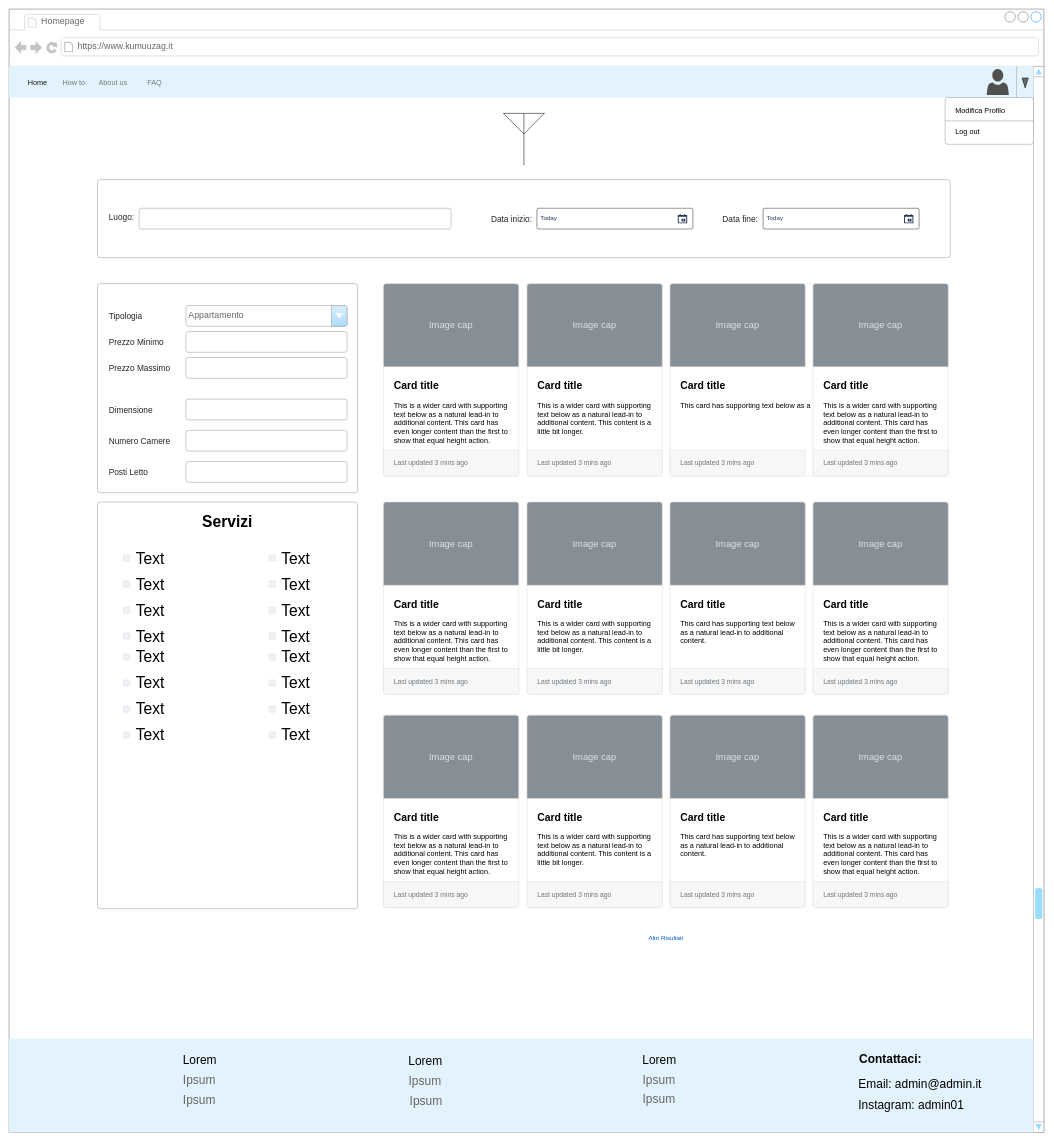
This is page "Locatario" (5 of 6) of diagrams/mockup.drawio from begbaj/tecweb, a draw.io file, before an edit. Source tidied: cells renumbered, new cells numbered last; positions are measured from the earlier drawing's top-left corner, leaving out a move shared by most shapes. Both pictures are drawn from the tidied source at 52%, with x=0, y=0 at pixel (9, 9).
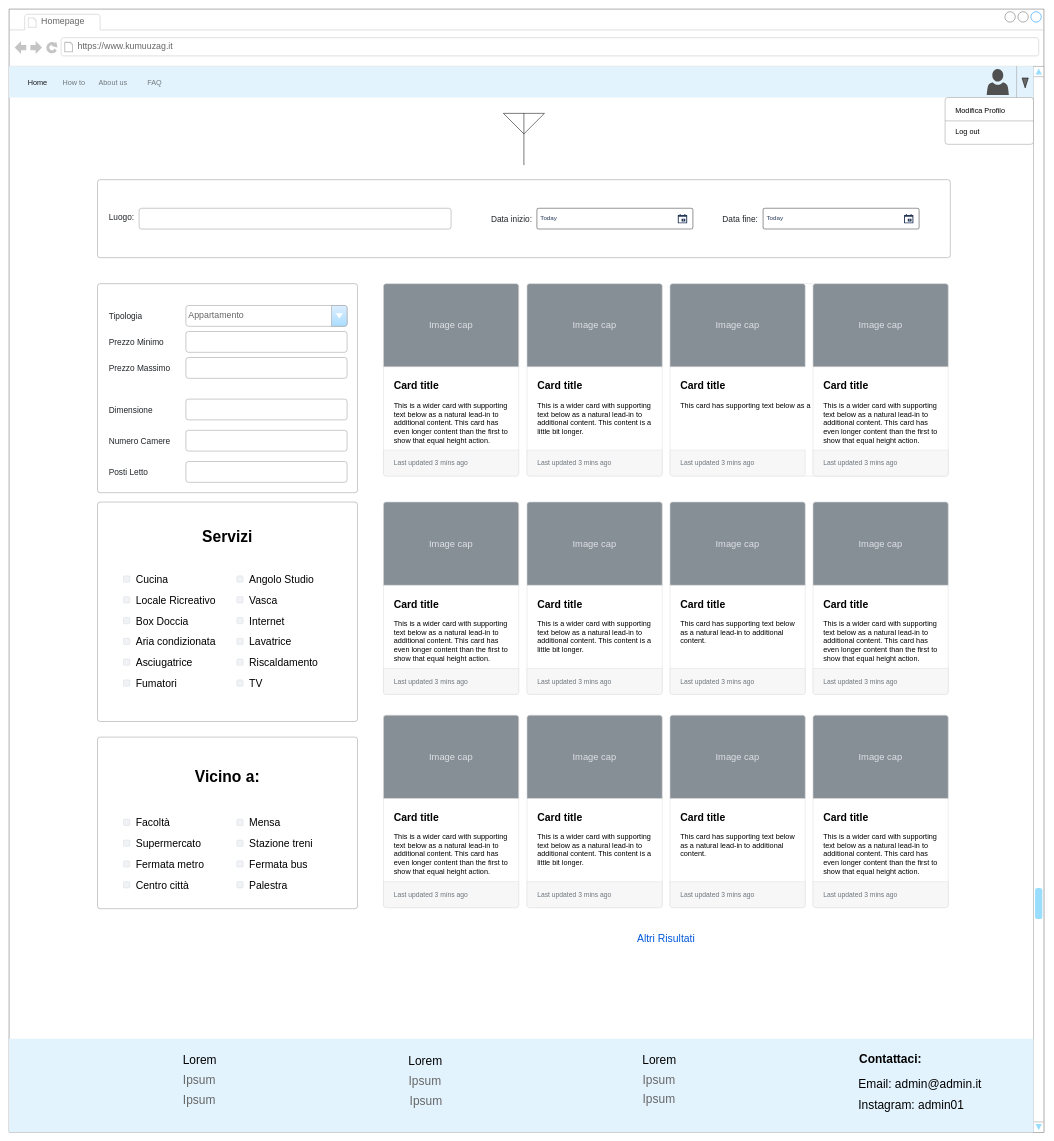
The same page after the edit.

The change refers to these unchanged cells:
```xml
<mxCell id="2" style="strokeWidth=1;shadow=0;dashed=0;align=center;html=1;shape=mxgraph.mockup.containers.browserWindow;rSize=0;strokeColor=#666666;strokeColor2=#008cff;strokeColor3=#c4c4c4;mainText=,;fontSize=19;fontStyle=1;" parent="1" vertex="1">
  <mxGeometry width="1990" height="2160" as="geometry" />
</mxCell>
```

What changed in the source:
```diff
@@
-    <mxCell id="42" value="Altri Risultati" style="fillColor=none;strokeColor=none;html=1;fontColor=#0057D8;align=center;verticalAlign=middle;fontStyle=0;fontSize=12;" parent="2" vertex="1">
-      <mxGeometry x="1220" y="1770" width="86" height="33" as="geometry" />
-    </mxCell>
@@
     <mxCell id="90" style="html=1;shadow=0;dashed=0;shape=mxgraph.bootstrap.rrect;rSize=5;strokeColor=#999999;strokeWidth=1;fillColor=#FFFFFF;fontColor=#6C767D;whiteSpace=wrap;align=left;verticalAlign=middle;spacingLeft=10;fontSize=23;spacing=10;" parent="2" vertex="1">
-      <mxGeometry x="170" y="948" width="500" height="782" as="geometry" />
+      <mxGeometry x="170" y="948" width="500" height="422" as="geometry" />
     </mxCell>
     <mxCell id="91" value="&lt;b&gt;&lt;font style=&quot;font-size: 30px&quot;&gt;Servizi&lt;/font&gt;&lt;/b&gt;" style="text;html=1;strokeColor=none;fillColor=none;align=center;verticalAlign=middle;whiteSpace=wrap;rounded=0;" parent="2" vertex="1">
-      <mxGeometry x="390" y="970" width="60" height="30" as="geometry" />
+      <mxGeometry x="390" y="1000" width="60" height="30" as="geometry" />
     </mxCell>
-    <mxCell id="92" value="&lt;font style=&quot;font-size: 30px&quot;&gt;Text&lt;/font&gt;" style="rounded=1;fillColor=#F0F2F5;strokeColor=#D8DCE3;align=left;verticalAlign=middle;fontStyle=0;fontSize=12;labelPosition=right;verticalLabelPosition=middle;spacingLeft=10;html=1;shadow=0;dashed=0;" parent="2" vertex="1">
-      <mxGeometry x="220" y="1050" width="12" height="12" as="geometry" />
+    <mxCell id="92" value="&lt;span style=&quot;font-size: 20px;&quot;&gt;Cucina&lt;/span&gt;" style="rounded=1;fillColor=#F0F2F5;strokeColor=#D8DCE3;align=left;verticalAlign=middle;fontStyle=0;fontSize=20;labelPosition=right;verticalLabelPosition=middle;spacingLeft=10;html=1;shadow=0;dashed=0;" parent="2" vertex="1">
+      <mxGeometry x="220" y="1090" width="12" height="12" as="geometry" />
     </mxCell>
@@
-    <mxCell id="94" value="&lt;font style=&quot;font-size: 30px&quot;&gt;Text&lt;/font&gt;" style="rounded=1;fillColor=#F0F2F5;strokeColor=#D8DCE3;align=left;verticalAlign=middle;fontStyle=0;fontSize=12;labelPosition=right;verticalLabelPosition=middle;spacingLeft=10;html=1;shadow=0;dashed=0;" parent="2" vertex="1">
-      <mxGeometry x="220" y="1100" width="12" height="12" as="geometry" />
+    <mxCell id="94" value="&lt;span style=&quot;font-size: 20px;&quot;&gt;Angolo Studio&lt;/span&gt;" style="rounded=1;fillColor=#F0F2F5;strokeColor=#D8DCE3;align=left;verticalAlign=middle;fontStyle=0;fontSize=20;labelPosition=right;verticalLabelPosition=middle;spacingLeft=10;html=1;shadow=0;dashed=0;" parent="2" vertex="1">
+      <mxGeometry x="438" y="1090" width="12" height="12" as="geometry" />
     </mxCell>
-    <mxCell id="95" value="&lt;font style=&quot;font-size: 30px&quot;&gt;Text&lt;/font&gt;" style="rounded=1;fillColor=#F0F2F5;strokeColor=#D8DCE3;align=left;verticalAlign=middle;fontStyle=0;fontSize=12;labelPosition=right;verticalLabelPosition=middle;spacingLeft=10;html=1;shadow=0;dashed=0;" parent="2" vertex="1">
-      <mxGeometry x="220" y="1150" width="12" height="12" as="geometry" />
+    <mxCell id="95" value="&lt;font style=&quot;font-size: 20px;&quot;&gt;Locale Ricreativo&lt;/font&gt;" style="rounded=1;fillColor=#F0F2F5;strokeColor=#D8DCE3;align=left;verticalAlign=middle;fontStyle=0;fontSize=20;labelPosition=right;verticalLabelPosition=middle;spacingLeft=10;html=1;shadow=0;dashed=0;" parent="2" vertex="1">
+      <mxGeometry x="220" y="1130" width="12" height="12" as="geometry" />
     </mxCell>
-    <mxCell id="96" value="&lt;font style=&quot;font-size: 30px&quot;&gt;Text&lt;/font&gt;" style="rounded=1;fillColor=#F0F2F5;strokeColor=#D8DCE3;align=left;verticalAlign=middle;fontStyle=0;fontSize=12;labelPosition=right;verticalLabelPosition=middle;spacingLeft=10;html=1;shadow=0;dashed=0;" parent="2" vertex="1">
-      <mxGeometry x="220" y="1200" width="12" height="12" as="geometry" />
+    <mxCell id="96" value="&lt;font style=&quot;font-size: 20px;&quot;&gt;Vasca&lt;/font&gt;" style="rounded=1;fillColor=#F0F2F5;strokeColor=#D8DCE3;align=left;verticalAlign=middle;fontStyle=0;fontSize=20;labelPosition=right;verticalLabelPosition=middle;spacingLeft=10;html=1;shadow=0;dashed=0;" parent="2" vertex="1">
+      <mxGeometry x="438" y="1130" width="12" height="12" as="geometry" />
     </mxCell>
-    <mxCell id="97" value="&lt;font style=&quot;font-size: 30px&quot;&gt;Text&lt;/font&gt;" style="rounded=1;fillColor=#F0F2F5;strokeColor=#D8DCE3;align=left;verticalAlign=middle;fontStyle=0;fontSize=12;labelPosition=right;verticalLabelPosition=middle;spacingLeft=10;html=1;shadow=0;dashed=0;" parent="2" vertex="1">
-      <mxGeometry x="220" y="1390" width="12" height="12" as="geometry" />
+    <mxCell id="97" value="&lt;font style=&quot;font-size: 20px;&quot;&gt;Lavatrice&lt;/font&gt;" style="rounded=1;fillColor=#F0F2F5;strokeColor=#D8DCE3;align=left;verticalAlign=middle;fontStyle=0;fontSize=20;labelPosition=right;verticalLabelPosition=middle;spacingLeft=10;html=1;shadow=0;dashed=0;" parent="2" vertex="1">
+      <mxGeometry x="438" y="1210" width="12" height="12" as="geometry" />
     </mxCell>
-    <mxCell id="98" value="&lt;font style=&quot;font-size: 30px&quot;&gt;Text&lt;/font&gt;" style="rounded=1;fillColor=#F0F2F5;strokeColor=#D8DCE3;align=left;verticalAlign=middle;fontStyle=0;fontSize=12;labelPosition=right;verticalLabelPosition=middle;spacingLeft=10;html=1;shadow=0;dashed=0;" parent="2" vertex="1">
-      <mxGeometry x="220" y="1340" width="12" height="12" as="geometry" />
+    <mxCell id="98" value="&lt;span style=&quot;font-size: 20px;&quot;&gt;Aria condizionata&lt;/span&gt;" style="rounded=1;fillColor=#F0F2F5;strokeColor=#D8DCE3;align=left;verticalAlign=middle;fontStyle=0;fontSize=20;labelPosition=right;verticalLabelPosition=middle;spacingLeft=10;html=1;shadow=0;dashed=0;" parent="2" vertex="1">
+      <mxGeometry x="220" y="1210" width="12" height="12" as="geometry" />
     </mxCell>
-    <mxCell id="99" value="&lt;font style=&quot;font-size: 30px&quot;&gt;Text&lt;/font&gt;" style="rounded=1;fillColor=#F0F2F5;strokeColor=#D8DCE3;align=left;verticalAlign=middle;fontStyle=0;fontSize=12;labelPosition=right;verticalLabelPosition=middle;spacingLeft=10;html=1;shadow=0;dashed=0;" parent="2" vertex="1">
-      <mxGeometry x="220" y="1290" width="12" height="12" as="geometry" />
+    <mxCell id="99" value="&lt;span style=&quot;font-size: 20px;&quot;&gt;Internet&lt;/span&gt;" style="rounded=1;fillColor=#F0F2F5;strokeColor=#D8DCE3;align=left;verticalAlign=middle;fontStyle=0;fontSize=20;labelPosition=right;verticalLabelPosition=middle;spacingLeft=10;html=1;shadow=0;dashed=0;" parent="2" vertex="1">
+      <mxGeometry x="438" y="1170" width="12" height="12" as="geometry" />
     </mxCell>
-    <mxCell id="100" value="&lt;font style=&quot;font-size: 30px&quot;&gt;Text&lt;/font&gt;" style="rounded=1;fillColor=#F0F2F5;strokeColor=#D8DCE3;align=left;verticalAlign=middle;fontStyle=0;fontSize=12;labelPosition=right;verticalLabelPosition=middle;spacingLeft=10;html=1;shadow=0;dashed=0;" parent="2" vertex="1">
-      <mxGeometry x="220" y="1240" width="12" height="12" as="geometry" />
+    <mxCell id="100" value="&lt;font style=&quot;font-size: 20px;&quot;&gt;Box Doccia&lt;/font&gt;" style="rounded=1;fillColor=#F0F2F5;strokeColor=#D8DCE3;align=left;verticalAlign=middle;fontStyle=0;fontSize=20;labelPosition=right;verticalLabelPosition=middle;spacingLeft=10;html=1;shadow=0;dashed=0;" parent="2" vertex="1">
+      <mxGeometry x="220" y="1170" width="12" height="12" as="geometry" />
     </mxCell>
-    <mxCell id="101" value="&lt;font style=&quot;font-size: 30px&quot;&gt;Text&lt;/font&gt;" style="rounded=1;fillColor=#F0F2F5;strokeColor=#D8DCE3;align=left;verticalAlign=middle;fontStyle=0;fontSize=12;labelPosition=right;verticalLabelPosition=middle;spacingLeft=10;html=1;shadow=0;dashed=0;" parent="2" vertex="1">
-      <mxGeometry x="500" y="1050" width="12" height="12" as="geometry" />
+    <mxCell id="101" value="&lt;font style=&quot;font-size: 20px;&quot;&gt;Asciugatrice&lt;/font&gt;" style="rounded=1;fillColor=#F0F2F5;strokeColor=#D8DCE3;align=left;verticalAlign=middle;fontStyle=0;fontSize=20;labelPosition=right;verticalLabelPosition=middle;spacingLeft=10;html=1;shadow=0;dashed=0;" parent="2" vertex="1">
+      <mxGeometry x="220" y="1250" width="12" height="12" as="geometry" />
     </mxCell>
-    <mxCell id="102" value="&lt;font style=&quot;font-size: 30px&quot;&gt;Text&lt;/font&gt;" style="rounded=1;fillColor=#F0F2F5;strokeColor=#D8DCE3;align=left;verticalAlign=middle;fontStyle=0;fontSize=12;labelPosition=right;verticalLabelPosition=middle;spacingLeft=10;html=1;shadow=0;dashed=0;" parent="2" vertex="1">
-      <mxGeometry x="500" y="1100" width="12" height="12" as="geometry" />
+    <mxCell id="102" value="&lt;font style=&quot;font-size: 20px;&quot;&gt;Riscaldamento&lt;/font&gt;" style="rounded=1;fillColor=#F0F2F5;strokeColor=#D8DCE3;align=left;verticalAlign=middle;fontStyle=0;fontSize=20;labelPosition=right;verticalLabelPosition=middle;spacingLeft=10;html=1;shadow=0;dashed=0;" parent="2" vertex="1">
+      <mxGeometry x="438" y="1250" width="12" height="12" as="geometry" />
     </mxCell>
-    <mxCell id="103" value="&lt;font style=&quot;font-size: 30px&quot;&gt;Text&lt;/font&gt;" style="rounded=1;fillColor=#F0F2F5;strokeColor=#D8DCE3;align=left;verticalAlign=middle;fontStyle=0;fontSize=12;labelPosition=right;verticalLabelPosition=middle;spacingLeft=10;html=1;shadow=0;dashed=0;" parent="2" vertex="1">
-      <mxGeometry x="500" y="1150" width="12" height="12" as="geometry" />
+    <mxCell id="103" value="&lt;font style=&quot;font-size: 20px;&quot;&gt;Fumatori&lt;/font&gt;" style="rounded=1;fillColor=#F0F2F5;strokeColor=#D8DCE3;align=left;verticalAlign=middle;fontStyle=0;fontSize=20;labelPosition=right;verticalLabelPosition=middle;spacingLeft=10;html=1;shadow=0;dashed=0;" parent="2" vertex="1">
+      <mxGeometry x="220" y="1290" width="12" height="12" as="geometry" />
     </mxCell>
-    <mxCell id="104" value="&lt;font style=&quot;font-size: 30px&quot;&gt;Text&lt;/font&gt;" style="rounded=1;fillColor=#F0F2F5;strokeColor=#D8DCE3;align=left;verticalAlign=middle;fontStyle=0;fontSize=12;labelPosition=right;verticalLabelPosition=middle;spacingLeft=10;html=1;shadow=0;dashed=0;" parent="2" vertex="1">
-      <mxGeometry x="500" y="1200" width="12" height="12" as="geometry" />
-    </mxCell>
-    <mxCell id="105" value="&lt;font style=&quot;font-size: 30px&quot;&gt;Text&lt;/font&gt;" style="rounded=1;fillColor=#F0F2F5;strokeColor=#D8DCE3;align=left;verticalAlign=middle;fontStyle=0;fontSize=12;labelPosition=right;verticalLabelPosition=middle;spacingLeft=10;html=1;shadow=0;dashed=0;" parent="2" vertex="1">
-      <mxGeometry x="500" y="1390" width="12" height="12" as="geometry" />
-    </mxCell>
-    <mxCell id="106" value="&lt;font style=&quot;font-size: 30px&quot;&gt;Text&lt;/font&gt;" style="rounded=1;fillColor=#F0F2F5;strokeColor=#D8DCE3;align=left;verticalAlign=middle;fontStyle=0;fontSize=12;labelPosition=right;verticalLabelPosition=middle;spacingLeft=10;html=1;shadow=0;dashed=0;" parent="2" vertex="1">
-      <mxGeometry x="500" y="1340" width="12" height="12" as="geometry" />
-    </mxCell>
-    <mxCell id="107" value="&lt;font style=&quot;font-size: 30px&quot;&gt;Text&lt;/font&gt;" style="rounded=1;fillColor=#F0F2F5;strokeColor=#D8DCE3;align=left;verticalAlign=middle;fontStyle=0;fontSize=12;labelPosition=right;verticalLabelPosition=middle;spacingLeft=10;html=1;shadow=0;dashed=0;" parent="2" vertex="1">
-      <mxGeometry x="500" y="1290" width="12" height="12" as="geometry" />
-    </mxCell>
-    <mxCell id="108" value="&lt;font style=&quot;font-size: 30px&quot;&gt;Text&lt;/font&gt;" style="rounded=1;fillColor=#F0F2F5;strokeColor=#D8DCE3;align=left;verticalAlign=middle;fontStyle=0;fontSize=12;labelPosition=right;verticalLabelPosition=middle;spacingLeft=10;html=1;shadow=0;dashed=0;" parent="2" vertex="1">
-      <mxGeometry x="500" y="1240" width="12" height="12" as="geometry" />
+    <mxCell id="108" value="&lt;span style=&quot;font-size: 20px;&quot;&gt;TV&lt;/span&gt;" style="rounded=1;fillColor=#F0F2F5;strokeColor=#D8DCE3;align=left;verticalAlign=middle;fontStyle=0;fontSize=20;labelPosition=right;verticalLabelPosition=middle;spacingLeft=10;html=1;shadow=0;dashed=0;" parent="2" vertex="1">
+      <mxGeometry x="438" y="1290" width="12" height="12" as="geometry" />
     </mxCell>
+    <mxCell id="42" value="Altri Risultati" style="fillColor=none;strokeColor=none;html=1;fontColor=#0057D8;align=center;verticalAlign=middle;fontStyle=0;fontSize=20;" parent="2" vertex="1">
+      <mxGeometry x="1220" y="1770" width="86" height="33" as="geometry" />
+    </mxCell>
+    <mxCell id="109" style="html=1;shadow=0;dashed=0;shape=mxgraph.bootstrap.rrect;rSize=5;strokeColor=#999999;strokeWidth=1;fillColor=#FFFFFF;fontColor=#6C767D;whiteSpace=wrap;align=left;verticalAlign=middle;spacingLeft=10;fontSize=23;spacing=10;" parent="2" vertex="1">
+      <mxGeometry x="170" y="1400" width="500" height="330" as="geometry" />
+    </mxCell>
+    <mxCell id="110" value="&lt;b&gt;&lt;font style=&quot;font-size: 30px&quot;&gt;Vicino a:&lt;/font&gt;&lt;/b&gt;" style="text;html=1;strokeColor=none;fillColor=none;align=center;verticalAlign=middle;whiteSpace=wrap;rounded=0;" parent="2" vertex="1">
+      <mxGeometry x="345" y="1460" width="150" height="30" as="geometry" />
+    </mxCell>
+    <mxCell id="111" value="Facoltà" style="rounded=1;fillColor=#F0F2F5;strokeColor=#D8DCE3;align=left;verticalAlign=middle;fontStyle=0;fontSize=20;labelPosition=right;verticalLabelPosition=middle;spacingLeft=10;html=1;shadow=0;dashed=0;" parent="2" vertex="1">
+      <mxGeometry x="220" y="1558" width="12" height="12" as="geometry" />
+    </mxCell>
+    <mxCell id="112" value="&lt;span style=&quot;font-size: 20px&quot;&gt;Mensa&lt;/span&gt;" style="rounded=1;fillColor=#F0F2F5;strokeColor=#D8DCE3;align=left;verticalAlign=middle;fontStyle=0;fontSize=20;labelPosition=right;verticalLabelPosition=middle;spacingLeft=10;html=1;shadow=0;dashed=0;" parent="2" vertex="1">
+      <mxGeometry x="438" y="1558" width="12" height="12" as="geometry" />
+    </mxCell>
+    <mxCell id="113" value="&lt;font style=&quot;font-size: 20px&quot;&gt;Supermercato&lt;/font&gt;" style="rounded=1;fillColor=#F0F2F5;strokeColor=#D8DCE3;align=left;verticalAlign=middle;fontStyle=0;fontSize=20;labelPosition=right;verticalLabelPosition=middle;spacingLeft=10;html=1;shadow=0;dashed=0;" parent="2" vertex="1">
+      <mxGeometry x="220" y="1598" width="12" height="12" as="geometry" />
+    </mxCell>
+    <mxCell id="114" value="Stazione treni" style="rounded=1;fillColor=#F0F2F5;strokeColor=#D8DCE3;align=left;verticalAlign=middle;fontStyle=0;fontSize=20;labelPosition=right;verticalLabelPosition=middle;spacingLeft=10;html=1;shadow=0;dashed=0;" parent="2" vertex="1">
+      <mxGeometry x="438" y="1598" width="12" height="12" as="geometry" />
+    </mxCell>
+    <mxCell id="115" value="Palestra" style="rounded=1;fillColor=#F0F2F5;strokeColor=#D8DCE3;align=left;verticalAlign=middle;fontStyle=0;fontSize=20;labelPosition=right;verticalLabelPosition=middle;spacingLeft=10;html=1;shadow=0;dashed=0;" parent="2" vertex="1">
+      <mxGeometry x="438" y="1678" width="12" height="12" as="geometry" />
+    </mxCell>
+    <mxCell id="116" value="&lt;span style=&quot;font-size: 20px&quot;&gt;Centro città&lt;/span&gt;" style="rounded=1;fillColor=#F0F2F5;strokeColor=#D8DCE3;align=left;verticalAlign=middle;fontStyle=0;fontSize=20;labelPosition=right;verticalLabelPosition=middle;spacingLeft=10;html=1;shadow=0;dashed=0;" parent="2" vertex="1">
+      <mxGeometry x="220" y="1678" width="12" height="12" as="geometry" />
+    </mxCell>
+    <mxCell id="117" value="&lt;span style=&quot;font-size: 20px&quot;&gt;Fermata bus&lt;/span&gt;" style="rounded=1;fillColor=#F0F2F5;strokeColor=#D8DCE3;align=left;verticalAlign=middle;fontStyle=0;fontSize=20;labelPosition=right;verticalLabelPosition=middle;spacingLeft=10;html=1;shadow=0;dashed=0;" parent="2" vertex="1">
+      <mxGeometry x="438" y="1638" width="12" height="12" as="geometry" />
+    </mxCell>
+    <mxCell id="118" value="Fermata metro" style="rounded=1;fillColor=#F0F2F5;strokeColor=#D8DCE3;align=left;verticalAlign=middle;fontStyle=0;fontSize=20;labelPosition=right;verticalLabelPosition=middle;spacingLeft=10;html=1;shadow=0;dashed=0;" parent="2" vertex="1">
+      <mxGeometry x="220" y="1638" width="12" height="12" as="geometry" />
+    </mxCell>
```
